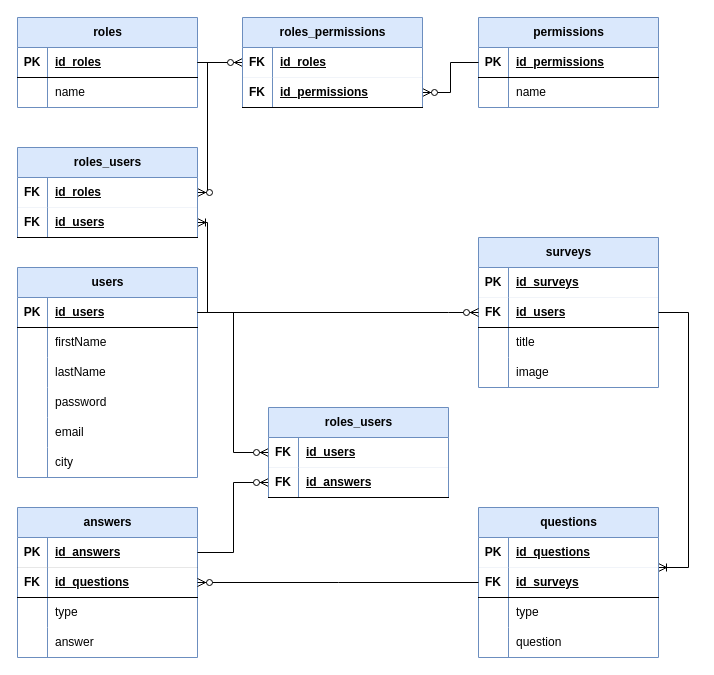
The draw.io diagram doc/TPI-MLD.drawio in Robi2004/survey, before the edit. Source tidied: cells renumbered, new cells numbered last; positions are measured from the earlier drawing's top-left corner, leaving out a move shared by most shapes. Both pictures are drawn from the tidied source at 100%, with x=0, y=0 at pixel (17, 17).
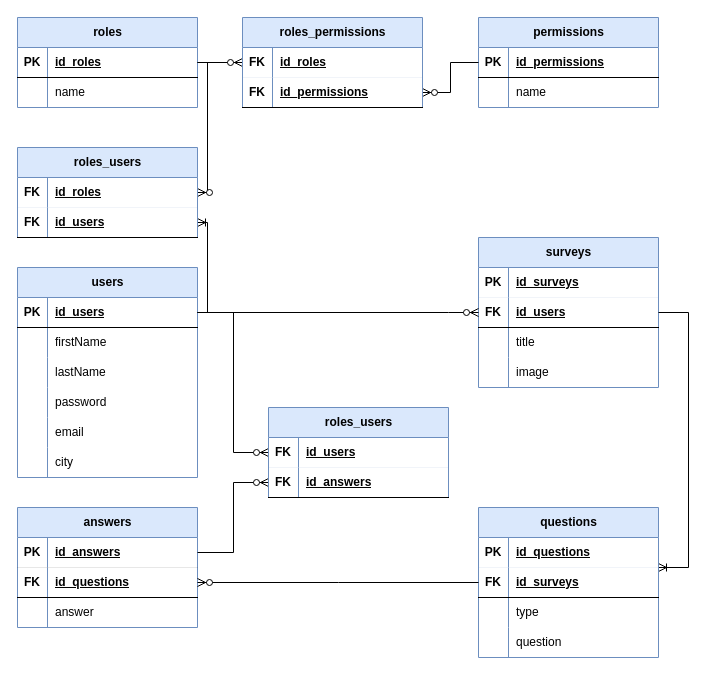
The same page after the edit.

Change to the diagram source:
```diff
@@
     <mxCell id="35" value="answers" style="shape=table;startSize=30;childLayout=tableLayout;rowLines=0;fontStyle=1;align=center;html=1;fillColor=#dae8fc;strokeColor=#6c8ebf;" parent="1" vertex="1">
-      <mxGeometry y="490" width="180" height="150" as="geometry" />
+      <mxGeometry y="490" width="180" height="120" as="geometry" />
     </mxCell>
@@
-    <mxCell id="42" style="shape=tableRow;horizontal=0;startSize=0;swimlaneHead=0;swimlaneBody=0;fillColor=none;top=0;left=0;right=0;bottom=0;" parent="35" vertex="1">
-      <mxGeometry y="90" width="180" height="30" as="geometry" />
-    </mxCell>
-    <mxCell id="43" style="shape=partialRectangle;fillColor=none;top=0;left=0;bottom=0;right=0;overflow=hidden;whiteSpace=wrap;html=1;" parent="42" vertex="1">
-      <mxGeometry width="30" height="30" as="geometry" />
-    </mxCell>
-    <mxCell id="44" value="type" style="shape=partialRectangle;fillColor=none;top=0;left=0;bottom=0;right=0;align=left;spacingLeft=6;overflow=hidden;whiteSpace=wrap;html=1;" parent="42" vertex="1">
-      <mxGeometry x="30" width="150" height="30" as="geometry" />
-    </mxCell>
     <mxCell id="45" style="shape=tableRow;horizontal=0;startSize=0;swimlaneHead=0;swimlaneBody=0;fillColor=none;top=0;left=0;right=0;bottom=0;" parent="35" vertex="1">
-      <mxGeometry y="120" width="180" height="30" as="geometry" />
+      <mxGeometry y="90" width="180" height="30" as="geometry" />
     </mxCell>
```
